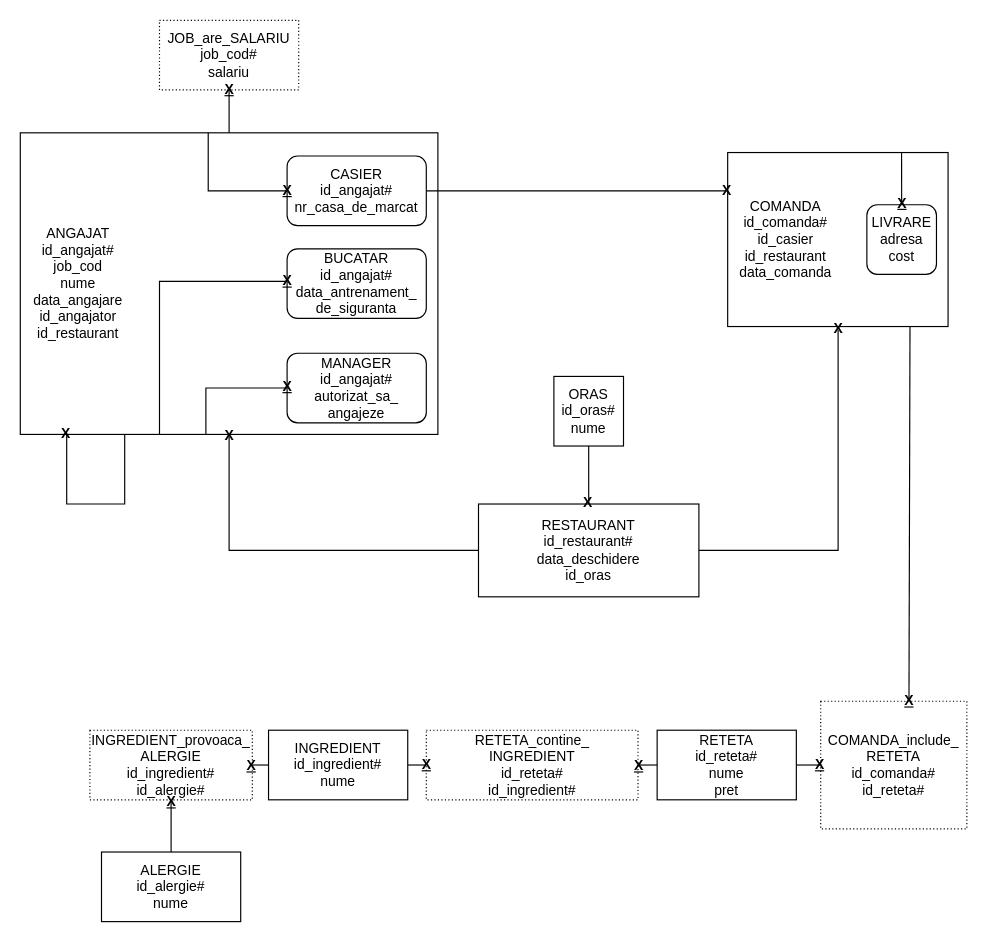
The draw.io diagram 7. Conceptuala.drawio in theo543/SGBD, before the edit. Source tidied: cells renumbered, new cells numbered last; positions are measured from the earlier drawing's top-left corner, leaving out a move shared by most shapes. Both pictures are drawn from the tidied source at 116%, with x=0, y=0 at pixel (20, 20).
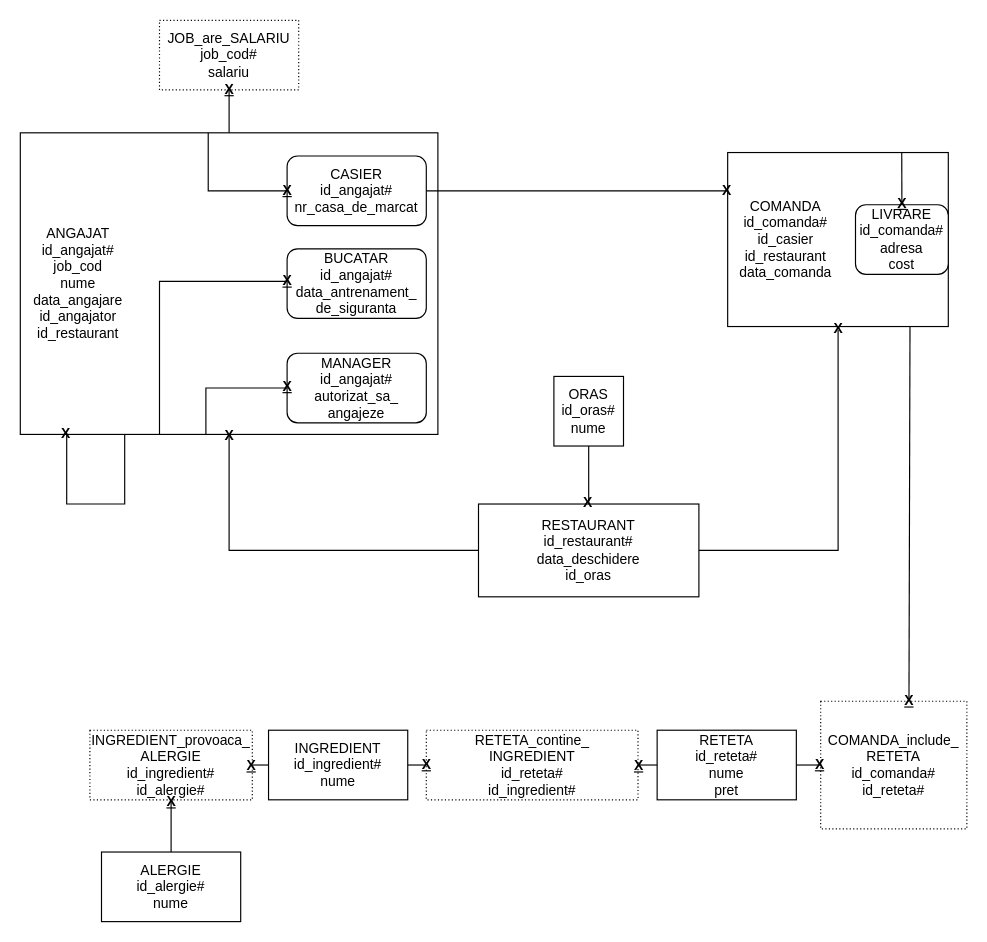
Above is the later version.

Commit message (it also covers changes not shown here):
Fix missing id in livrare

What changed in the source:
```diff
@@
     <mxCell id="44" style="rounded=0;whiteSpace=wrap;html=1;" parent="1" vertex="1">
-      <mxGeometry x="609.8" y="114" width="190" height="150" as="geometry" />
+      <mxGeometry x="609.8" y="114" width="190.2" height="150" as="geometry" />
     </mxCell>
@@
-    <mxCell id="46" value="&lt;div&gt;LIVRARE&lt;/div&gt;&lt;div&gt;adresa&lt;br&gt;&lt;/div&gt;&lt;div&gt;cost&lt;/div&gt;" style="rounded=1;whiteSpace=wrap;html=1;" parent="1" vertex="1">
-      <mxGeometry x="729.8" y="159" width="60" height="60" as="geometry" />
+    <mxCell id="46" value="&lt;div&gt;LIVRARE&lt;/div&gt;&lt;div&gt;id_comanda#&lt;/div&gt;&lt;div&gt;adresa&lt;br&gt;&lt;/div&gt;&lt;div&gt;cost&lt;/div&gt;" style="rounded=1;whiteSpace=wrap;html=1;" parent="1" vertex="1">
+      <mxGeometry x="720" y="159" width="80" height="60" as="geometry" />
     </mxCell>
```
